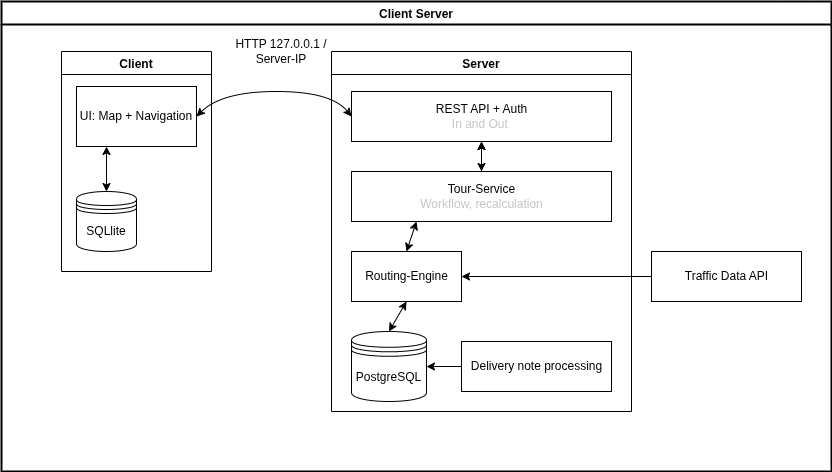
Earlier version of the draw.io export docs/architecture/data-architecture.drawio.png (gabrielbindi/VoBi-Tour). Source tidied: cells renumbered, new cells last; positions are measured from the earlier drawing's top-left corner, leaving out a move shared by most shapes.
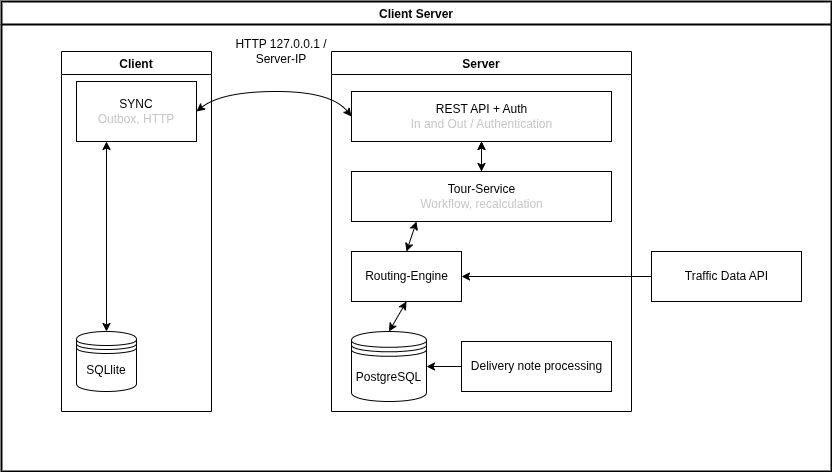
Above is the later version.

Commit message:
#18 Client has SYNC module

Change to the diagram source:
```diff
@@ -8,7 +8,7 @@
     <mxCell id="3" value="Server" style="swimlane;strokeColor=#000000;" parent="2" vertex="1">
       <mxGeometry x="330" y="50" width="300" height="360" as="geometry" />
     </mxCell>
-    <mxCell id="4" value="REST API + Auth&lt;br&gt;&lt;font color=&quot;#c7c7c7&quot;&gt;In and Out&amp;nbsp;&lt;/font&gt;" style="html=1;" parent="3" vertex="1">
+    <mxCell id="4" value="REST API + Auth&lt;br&gt;&lt;font color=&quot;#c7c7c7&quot;&gt;In and Out / Authentication&lt;/font&gt;" style="html=1;" parent="3" vertex="1">
       <mxGeometry x="20" y="40" width="260" height="50" as="geometry" />
     </mxCell>
     <mxCell id="5" value="Routing-Engine" style="html=1;" parent="3" vertex="1">
@@ -39,13 +39,13 @@
       <mxGeometry relative="1" as="geometry" />
     </mxCell>
     <mxCell id="14" value="Client" style="swimlane;strokeColor=#000000;" parent="2" vertex="1">
-      <mxGeometry x="60" y="50" width="150" height="220" as="geometry" />
+      <mxGeometry x="60" y="50" width="150" height="360" as="geometry" />
     </mxCell>
-    <mxCell id="15" value="UI: Map + Navigation" style="rounded=0;whiteSpace=wrap;html=1;" parent="14" vertex="1">
-      <mxGeometry x="15" y="35" width="120" height="60" as="geometry" />
+    <mxCell id="15" value="SYNC&lt;br&gt;&lt;font color=&quot;#c7c7c7&quot;&gt;Outbox, HTTP&lt;/font&gt;" style="rounded=0;whiteSpace=wrap;html=1;" parent="14" vertex="1">
+      <mxGeometry x="15" y="30" width="120" height="60" as="geometry" />
     </mxCell>
     <mxCell id="16" value="SQLlite" style="shape=datastore;whiteSpace=wrap;html=1;" parent="14" vertex="1">
-      <mxGeometry x="15" y="140" width="60" height="60" as="geometry" />
+      <mxGeometry x="15" y="280" width="60" height="60" as="geometry" />
     </mxCell>
     <mxCell id="17" style="endArrow=classic;startArrow=classic;html=1;exitX=0.5;exitY=0;exitDx=0;exitDy=0;entryX=0.25;entryY=1;entryDx=0;entryDy=0;strokeColor=#000000;" parent="14" edge="1" source="16" target="15">
       <mxGeometry relative="1" as="geometry" />
```
